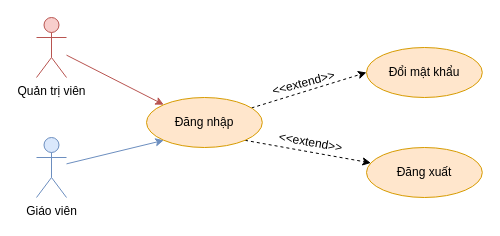
The draw.io diagram Documents/draw/usecase/phan-ra/phan-ra-dang-nhap.drawio in copecute/do-an-tot-nghiep, before the edit. Source tidied: cells renumbered, new cells numbered last; positions are measured from the earlier drawing's top-left corner, leaving out a move shared by most shapes. Both pictures are drawn from the tidied source at 100%, with x=0, y=0 at pixel (36, 17).
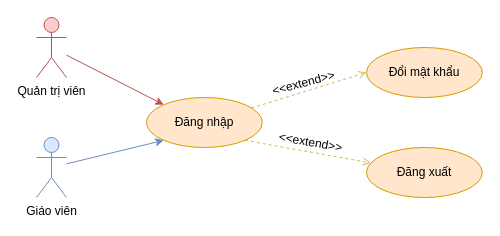
The same diagram, later.

The edit, as a diff of the source:
```diff
@@
 <mxGraphModel>
   <root>
     <mxCell id="0" />
     <mxCell id="1" parent="0" />
     <mxCell id="2" style="rounded=0;jettySize=auto;html=1;entryX=0;entryY=0;entryDx=0;entryDy=0;fillColor=#f8cecc;strokeColor=#b85450;" parent="1" edge="1" source="3" target="8">
       <mxGeometry relative="1" as="geometry" />
     </mxCell>
     <mxCell id="3" value="Quản trị viên" style="shape=umlActor;verticalLabelPosition=bottom;verticalAlign=top;html=1;outlineConnect=0;fillColor=#f8cecc;strokeColor=#b85450;" parent="1" vertex="1">
       <mxGeometry width="30" height="60" as="geometry" />
     </mxCell>
     <mxCell id="4" style="rounded=0;jettySize=auto;html=1;entryX=0;entryY=1;entryDx=0;entryDy=0;fillColor=#dae8fc;strokeColor=#6c8ebf;" parent="1" edge="1" source="5" target="8">
       <mxGeometry relative="1" as="geometry" />
     </mxCell>
     <mxCell id="5" value="Giáo viên" style="shape=umlActor;verticalLabelPosition=bottom;verticalAlign=top;html=1;outlineConnect=0;fillColor=#dae8fc;strokeColor=#6c8ebf;" parent="1" vertex="1">
       <mxGeometry y="120" width="30" height="60" as="geometry" />
     </mxCell>
-    <mxCell id="6" style="rounded=0;jettySize=auto;html=1;entryX=0;entryY=0.5;entryDx=0;entryDy=0;dashed=1;" parent="1" edge="1" source="8" target="9">
+    <mxCell id="6" style="rounded=0;jettySize=auto;html=1;entryX=0;entryY=0.5;entryDx=0;entryDy=0;dashed=1;fillColor=#fff2cc;strokeColor=#d6b656;endArrow=open;endFill=0;" parent="1" edge="1" source="8" target="9">
       <mxGeometry relative="1" as="geometry" />
     </mxCell>
-    <mxCell id="7" style="rounded=0;jettySize=auto;html=1;exitX=1;exitY=1;exitDx=0;exitDy=0;dashed=1;" parent="1" edge="1" source="8" target="11">
+    <mxCell id="7" style="rounded=0;jettySize=auto;html=1;exitX=1;exitY=1;exitDx=0;exitDy=0;dashed=1;fillColor=#fff2cc;strokeColor=#d6b656;endArrow=open;endFill=0;" parent="1" edge="1" source="8" target="11">
       <mxGeometry relative="1" as="geometry" />
     </mxCell>
     <mxCell id="8" value="Đăng nhập" style="ellipse;whiteSpace=wrap;html=1;fillColor=#ffe6cc;strokeColor=#d79b00;" parent="1" vertex="1">
       <mxGeometry x="110" y="80" width="115.8" height="50" as="geometry" />
     </mxCell>
     <mxCell id="9" value="Đổi mật khẩu" style="ellipse;whiteSpace=wrap;html=1;fillColor=#ffe6cc;strokeColor=#d79b00;" parent="1" vertex="1">
       <mxGeometry x="330" y="30" width="115.8" height="50" as="geometry" />
     </mxCell>
     <mxCell id="10" value="&amp;lt;&amp;lt;extend&amp;gt;&amp;gt;" style="text;html=1;align=center;verticalAlign=middle;strokeColor=none;fillColor=none;rotation=-15;" parent="1" vertex="1">
       <mxGeometry x="221.8" y="51" width="90" height="30" as="geometry" />
     </mxCell>
     <mxCell id="11" value="Đăng xuất" style="ellipse;whiteSpace=wrap;html=1;fillColor=#ffe6cc;strokeColor=#d79b00;" parent="1" vertex="1">
       <mxGeometry x="330" y="130" width="115.8" height="50" as="geometry" />
     </mxCell>
     <mxCell id="12" value="&amp;lt;&amp;lt;extend&amp;gt;&amp;gt;" style="text;html=1;align=center;verticalAlign=middle;strokeColor=none;fillColor=none;rotation=10;" parent="1" vertex="1">
       <mxGeometry x="228.8" y="110" width="90" height="30" as="geometry" />
     </mxCell>
   </root>
 </mxGraphModel>
```
